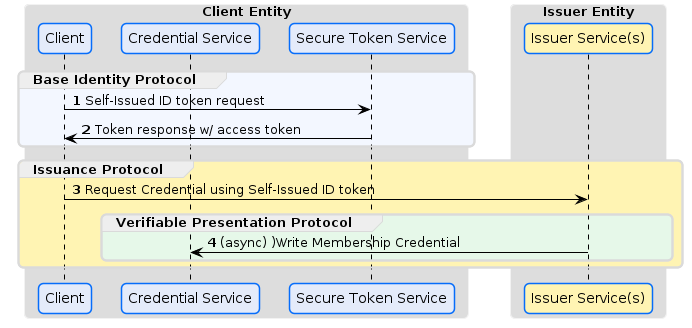
This is specifications/issuance.flow.png from eclipse-dataspace-dcp/decentralized-claims-protocol, a PlantUML export, as it was before one commit. Its source is kept beside it as specifications/issuance.flow.puml. The source it was exported from:
```plantuml
@startuml
!pragma layout smetana

!include diagram.styles.puml

autonumber

box "Client Entity"
participant "Client" as C
participant "Credential Service" as CS
participant "Secure Token Service" as STS
end box

box "Issuer Entity"
participant "Issuer Service(s)" as IS #FFF4B3
end box

group #F3F7FF Base Identity Protocol
C -> STS: Self-Issued ID token request
STS -> C: Token response w/ access token
end

group #FFF4B3 Issuance Protocol
C -> IS: Request Credential using Self-Issued ID token
group #E6F8E9 Verifiable Presentation Protocol
IS -> CS: (async) )Write Membership Credential
end
end


@enduml
```
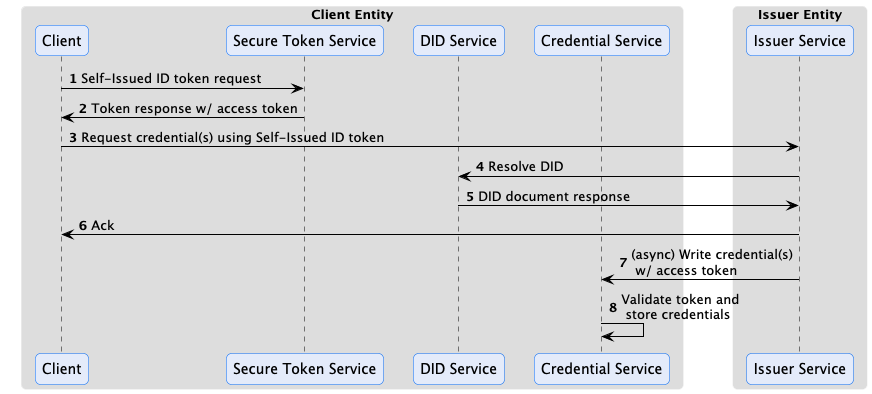
The same file after the commit.

The edit, as a diff of the source:
```diff
@@ -7,25 +7,23 @@
 
 box "Client Entity"
 participant "Client" as C
+participant "Secure Token Service" as STS
+participant "DID Service" as DS
 participant "Credential Service" as CS
-participant "Secure Token Service" as STS
 end box
 
 box "Issuer Entity"
-participant "Issuer Service(s)" as IS #FFF4B3
+participant "Issuer Service" as IS
 end box
 
-group #F3F7FF Base Identity Protocol
 C -> STS: Self-Issued ID token request
 STS -> C: Token response w/ access token
-end
-
-group #FFF4B3 Issuance Protocol
-C -> IS: Request Credential using Self-Issued ID token
-group #E6F8E9 Verifiable Presentation Protocol
-IS -> CS: (async) )Write Membership Credential
-end
-end
+C -> IS: Request credential(s) using Self-Issued ID token
+DS <- IS: Resolve DID
+DS -> IS: DID document response
+C <- IS: Ack
+CS <- IS: (async) Write credential(s)\n w/ access token
+CS -> CS: Validate token and\n store credentials
 
 
 @enduml
```
